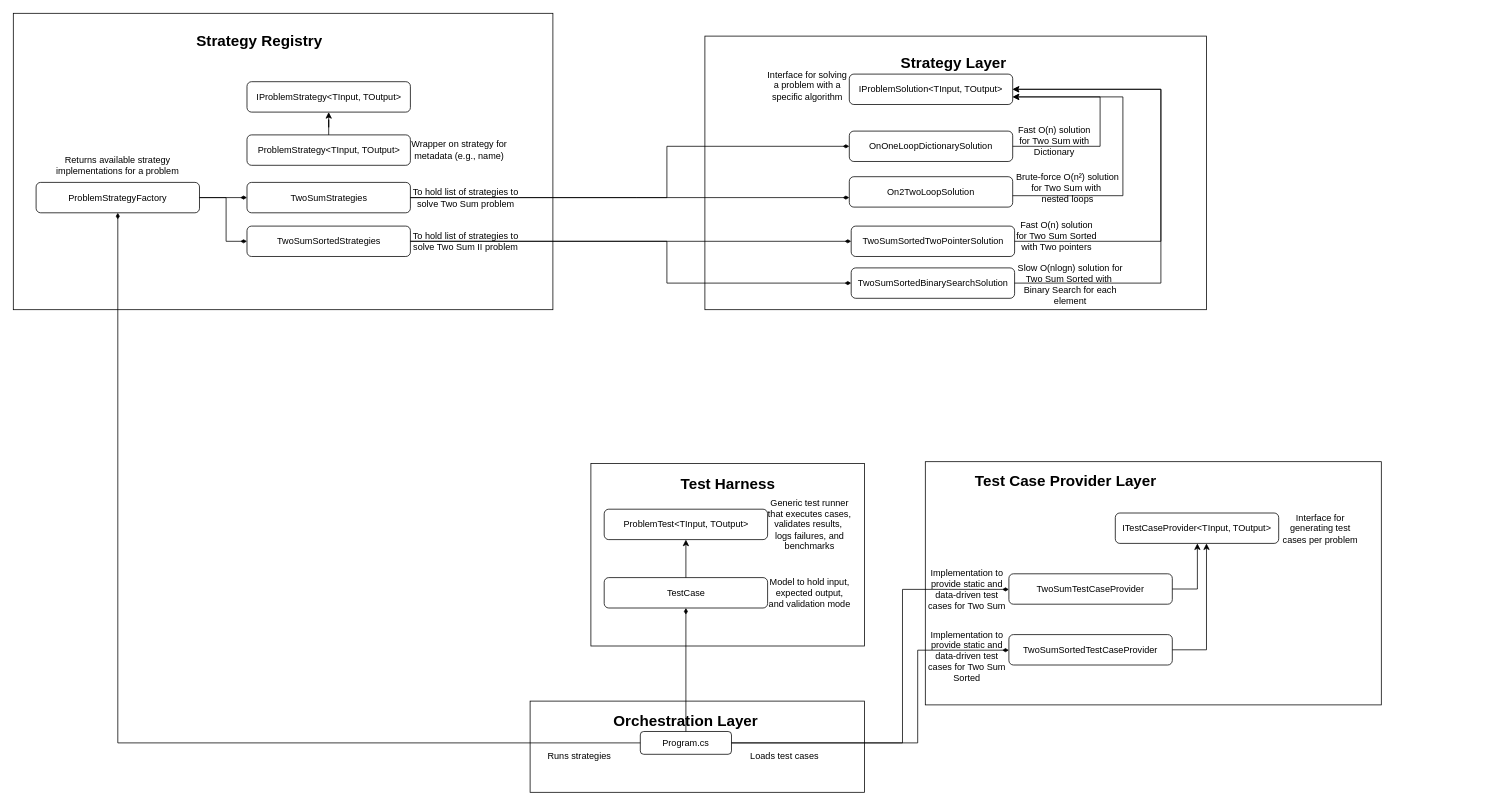
This is Leetcode/Documentation/Leetcode-mini-testing-framework.drawio from abhimanyu-builds/Leetcode, a draw.io file, before an edit. Source tidied: cells renumbered, new cells numbered last; positions are measured from the earlier drawing's top-left corner, leaving out a move shared by most shapes. Both pictures are drawn from the tidied source at 76%, with x=0, y=0 at pixel (13, 13).
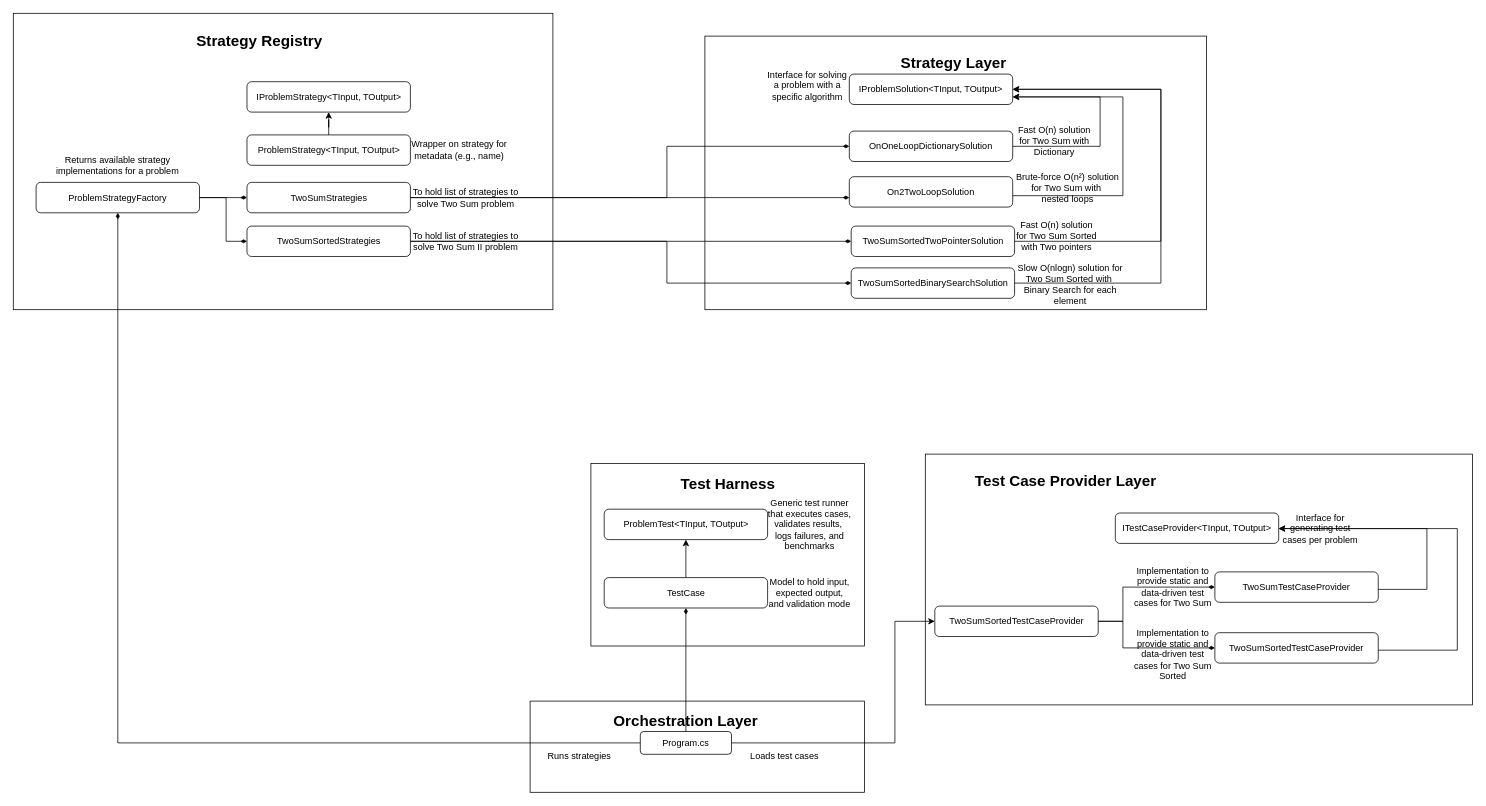
After the change.

The change refers to these unchanged cells:
```xml
<mxCell id="8" value="Program.cs" style="rounded=1;whiteSpace=wrap;html=1;fillColor=none;" parent="1" vertex="1">
  <mxGeometry x="825" y="945" width="120" height="30" as="geometry" />
</mxCell>
<mxCell id="12" value="ITestCaseProvider&amp;lt;TInput, TOutput&amp;gt;" style="rounded=1;whiteSpace=wrap;html=1;fillColor=none;" parent="1" vertex="1">
  <mxGeometry x="1450" y="657.5" width="215" height="40" as="geometry" />
</mxCell>
```

The edit, as a diff of the source:
```diff
@@
+    <mxCell id="10" style="rounded=0;whiteSpace=wrap;html=1;fillColor=none;" parent="1" vertex="1">
+      <mxGeometry x="1200" y="580" width="720" height="330" as="geometry" />
+    </mxCell>
@@
-    <mxCell id="4" style="edgeStyle=orthogonalEdgeStyle;rounded=0;jettySize=auto;html=1;endArrow=diamondThin;endFill=1;" parent="1" edge="1" source="8" target="15">
+    <mxCell id="4" style="edgeStyle=orthogonalEdgeStyle;rounded=0;jettySize=auto;html=1;endArrow=diamondThin;endFill=1;" parent="1" edge="1" source="63" target="15">
       <mxGeometry relative="1" as="geometry">
         <Array as="points">
-          <mxPoint x="1170" y="960" />
-          <mxPoint x="1170" y="758" />
+          <mxPoint x="1460" y="800" />
+          <mxPoint x="1460" y="755" />
         </Array>
       </mxGeometry>
     </mxCell>
@@
-    <mxCell id="7" style="edgeStyle=orthogonalEdgeStyle;rounded=0;jettySize=auto;html=1;endArrow=diamondThin;endFill=1;" parent="1" edge="1" source="8" target="61">
+    <mxCell id="7" style="edgeStyle=orthogonalEdgeStyle;rounded=0;jettySize=auto;html=1;endArrow=diamondThin;endFill=1;" parent="1" edge="1" source="63" target="61">
       <mxGeometry relative="1" as="geometry">
         <Array as="points">
-          <mxPoint x="1190" y="960" />
-          <mxPoint x="1190" y="838" />
+          <mxPoint x="1460" y="800" />
+          <mxPoint x="1460" y="835" />
         </Array>
       </mxGeometry>
     </mxCell>
+    <mxCell id="62" style="edgeStyle=orthogonalEdgeStyle;rounded=0;jettySize=auto;html=1;" parent="1" edge="1" source="8" target="63">
+      <mxGeometry relative="1" as="geometry">
+        <Array as="points">
+          <mxPoint x="1160" y="960" />
+          <mxPoint x="1160" y="800" />
+        </Array>
+      </mxGeometry>
+    </mxCell>
@@
-    <mxCell id="10" style="rounded=0;whiteSpace=wrap;html=1;fillColor=none;" parent="1" vertex="1">
-      <mxGeometry x="1200" y="590" width="600" height="320" as="geometry" />
-    </mxCell>
@@
     <mxCell id="14" style="edgeStyle=orthogonalEdgeStyle;rounded=0;jettySize=auto;html=1;" parent="1" edge="1" source="15" target="12">
       <mxGeometry relative="1" as="geometry">
         <Array as="points">
-          <mxPoint x="1558" y="758" />
+          <mxPoint x="1860" y="758" />
+          <mxPoint x="1860" y="678" />
         </Array>
       </mxGeometry>
     </mxCell>
     <mxCell id="15" value="TwoSumTestCaseProvider" style="rounded=1;whiteSpace=wrap;html=1;fillColor=none;" parent="1" vertex="1">
-      <mxGeometry x="1310" y="737.5" width="215" height="40" as="geometry" />
+      <mxGeometry x="1581" y="735" width="215" height="40" as="geometry" />
     </mxCell>
     <mxCell id="16" value="Implementation to provide&amp;nbsp;static and data-driven&amp;nbsp;test cases for Two Sum" style="text;html=1;align=center;verticalAlign=middle;whiteSpace=wrap;rounded=0;" parent="1" vertex="1">
-      <mxGeometry x="1200" y="732.5" width="110" height="50" as="geometry" />
+      <mxGeometry x="1471" y="730" width="110" height="50" as="geometry" />
     </mxCell>
@@
     <mxCell id="59" value="Implementation to provide&amp;nbsp;static and data-driven test cases for Two Sum Sorted" style="text;html=1;align=center;verticalAlign=middle;whiteSpace=wrap;rounded=0;" parent="1" vertex="1">
-      <mxGeometry x="1200" y="810" width="110" height="72.5" as="geometry" />
+      <mxGeometry x="1471" y="807.5" width="110" height="72.5" as="geometry" />
     </mxCell>
     <mxCell id="60" style="edgeStyle=orthogonalEdgeStyle;rounded=0;jettySize=auto;html=1;" parent="1" edge="1" source="61" target="12">
       <mxGeometry relative="1" as="geometry">
         <Array as="points">
-          <mxPoint x="1570" y="838" />
+          <mxPoint x="1900" y="838" />
+          <mxPoint x="1900" y="678" />
         </Array>
       </mxGeometry>
     </mxCell>
     <mxCell id="61" value="TwoSumSortedTestCaseProvider" style="rounded=1;whiteSpace=wrap;html=1;fillColor=none;" parent="1" vertex="1">
-      <mxGeometry x="1310" y="817.5" width="215" height="40" as="geometry" />
+      <mxGeometry x="1581" y="815" width="215" height="40" as="geometry" />
     </mxCell>
+    <mxCell id="63" value="TwoSumSortedTestCaseProvider" style="rounded=1;whiteSpace=wrap;html=1;fillColor=none;" parent="1" vertex="1">
+      <mxGeometry x="1212.5" y="780" width="215" height="40" as="geometry" />
+    </mxCell>
```
